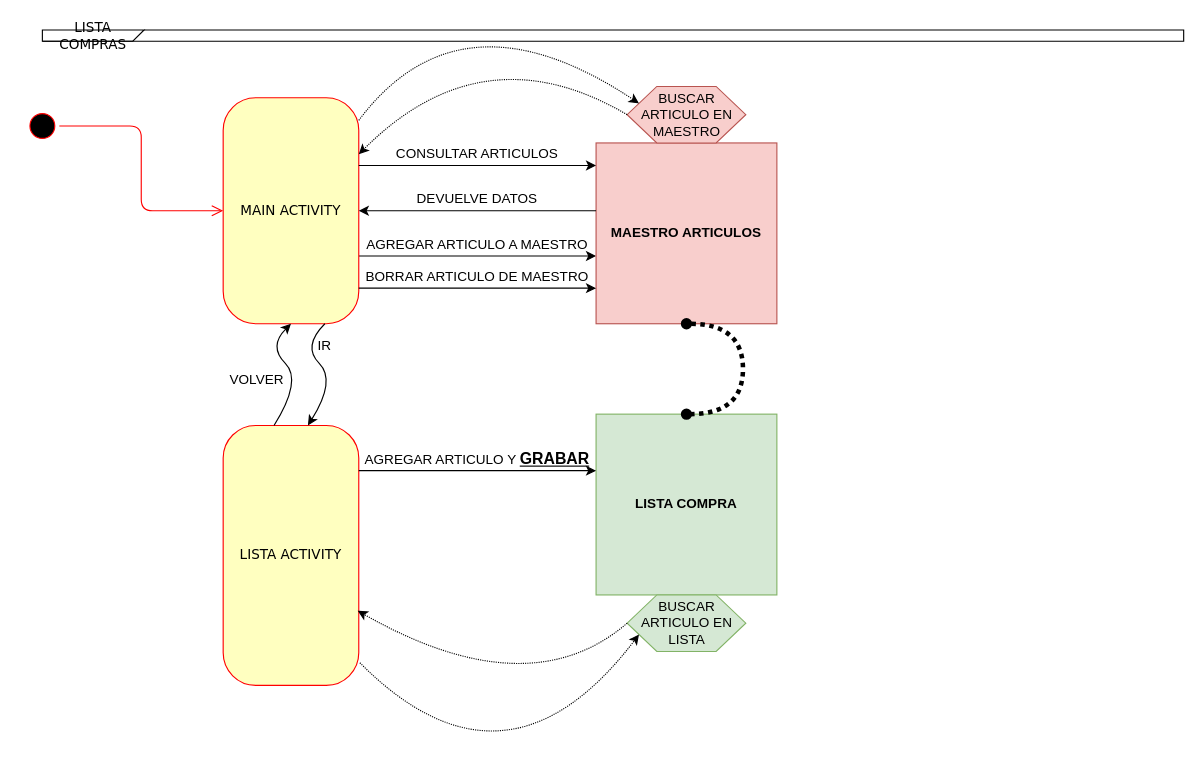
This is Diagrama de App.drawio from arkaland/ProyectoAndroidStudio, a draw.io file, before an edit. Source tidied: cells renumbered, new cells numbered last; positions are measured from the earlier drawing's top-left corner, leaving out a move shared by most shapes. Both pictures are drawn from the tidied source at 113%, with x=0, y=0 at pixel (25, -16).
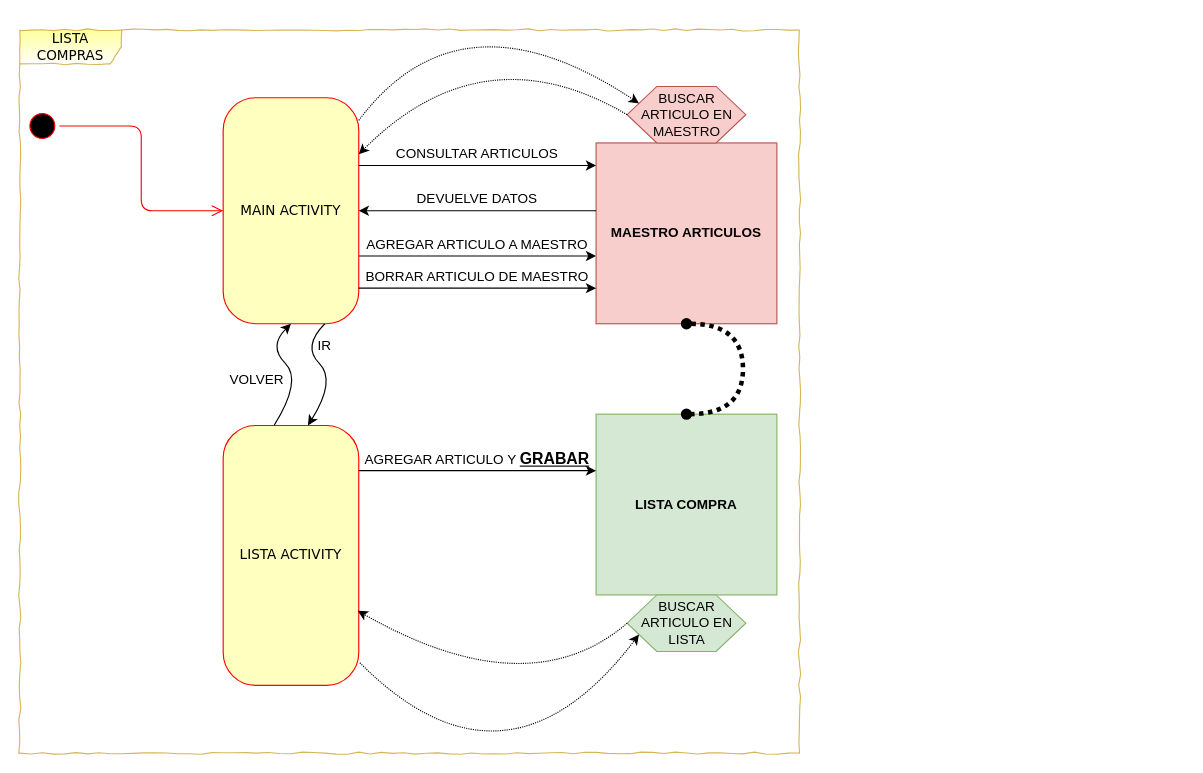
The same page after the edit.

Commit message:
Corrección de diagrama drawIO

Change to the diagram source:
```diff
@@
-    <mxCell id="2" value="LISTA COMPRAS" style="shape=umlFrame;whiteSpace=wrap;html=1;rounded=1;shadow=0;comic=0;labelBackgroundColor=none;strokeColor=#000000;strokeWidth=1;fillColor=#ffffff;fontFamily=Verdana;fontSize=12;fontColor=#000000;align=center;width=90;height=30;" parent="1" vertex="1">
-      <mxGeometry x="15" y="40" width="1010" height="10" as="geometry" />
+    <mxCell id="2" value="LISTA COMPRAS" style="shape=umlFrame;whiteSpace=wrap;html=1;rounded=1;shadow=0;comic=1;labelBackgroundColor=none;strokeColor=#d6b656;strokeWidth=1;fillColor=#FFFF99;fontFamily=Verdana;fontSize=12;align=center;width=90;height=30;gradientColor=#ffffff;swimlaneFillColor=#ffffff;" parent="1" vertex="1">
+      <mxGeometry x="-5" y="40" width="690" height="640" as="geometry" />
     </mxCell>
```
